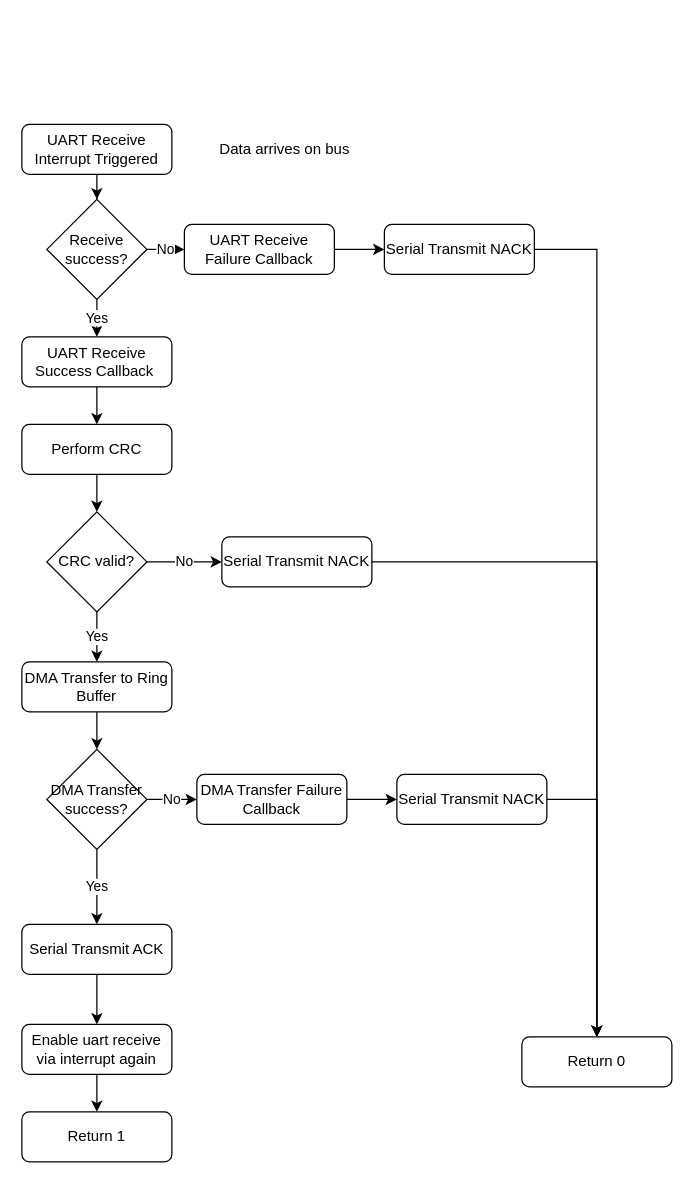
Earlier version of the draw.io diagram page "Serial_Receive" (3 of 6) of Documentation/STM32Flowchart.drawio (nagars/CPDM-IISc). Source tidied: cells renumbered, new cells numbered last; positions are measured from the earlier drawing's top-left corner, leaving out a move shared by most shapes. Both pictures are drawn from the tidied source at 125%, with x=0, y=0 at pixel (21, 124).
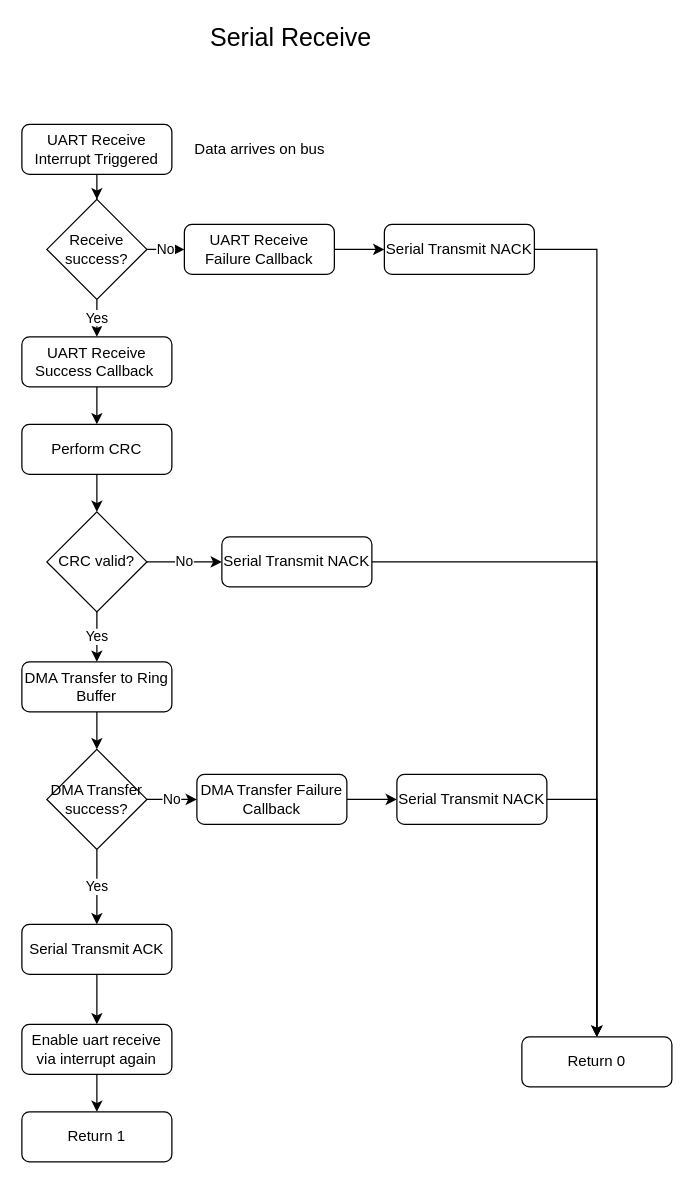
After the change.

What changed in the source:
```diff
@@
     <mxCell id="4" value="Data arrives on bus" style="text;html=1;align=center;verticalAlign=middle;" parent="1" vertex="1">
-      <mxGeometry x="150" y="10" width="120" height="20" as="geometry" />
+      <mxGeometry x="130" y="10" width="120" height="20" as="geometry" />
     </mxCell>
@@
+    <mxCell id="36" value="&lt;font style=&quot;font-size: 20px&quot;&gt;Serial Receive&lt;/font&gt;" style="text;html=1;align=center;verticalAlign=middle;" parent="1" vertex="1">
+      <mxGeometry x="145" y="-80" width="140" height="20" as="geometry" />
+    </mxCell>
```
